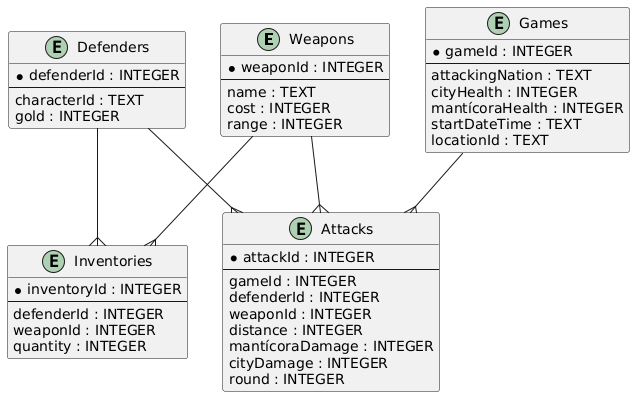
richarpanda/test_Iberdrola keeps this PlantUML diagram as docs/ERManticora.png. Above is the earlier version.
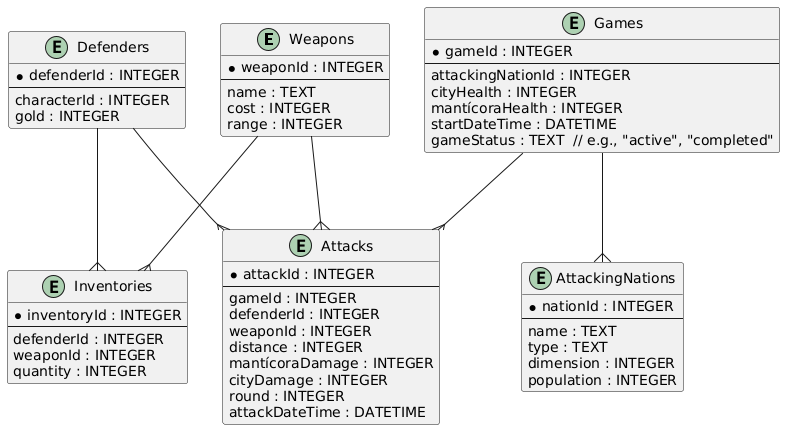
After the commit.

Change to the diagram source:
```diff
@@ -10,7 +10,7 @@
 entity "Defenders" {
     * defenderId : INTEGER
     --
-    characterId : TEXT
+    characterId : INTEGER
     gold : INTEGER
 }
 
@@ -25,11 +25,11 @@
 entity "Games" {
     * gameId : INTEGER
     --
-    attackingNation : TEXT
+    attackingNationId : INTEGER
     cityHealth : INTEGER
     mantícoraHealth : INTEGER
-    startDateTime : TEXT
-    locationId : TEXT
+    startDateTime : DATETIME
+    gameStatus : TEXT  // e.g., "active", "completed"
 }
 
 entity "Attacks" {
@@ -42,11 +42,22 @@
     mantícoraDamage : INTEGER
     cityDamage : INTEGER
     round : INTEGER
+    attackDateTime : DATETIME
 }
 
-Weapons --{ Inventories
-Defenders --{ Inventories
-Games --{ Attacks
-Defenders --{ Attacks
-Weapons --{ Attacks
+entity "AttackingNations" {
+    * nationId : INTEGER
+    --
+    name : TEXT
+    type : TEXT
+    dimension : INTEGER
+    population : INTEGER
+}
+
+Weapons --{ Inventories : ""
+Defenders --{ Inventories : ""
+Games --{ Attacks : ""
+Defenders --{ Attacks : ""
+Weapons --{ Attacks : ""
+Games --{ AttackingNations : ""
 @enduml
```
